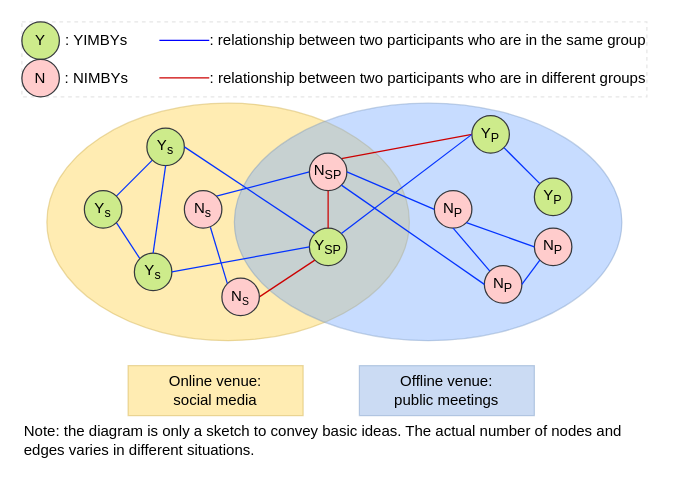
The draw.io diagram intervention.drawio in changgge/changgge, before the edit. Source tidied: cells renumbered, new cells numbered last; positions are measured from the earlier drawing's top-left corner, leaving out a move shared by most shapes. Both pictures are drawn from the tidied source at 125%, with x=0, y=0 at pixel (21, 21).
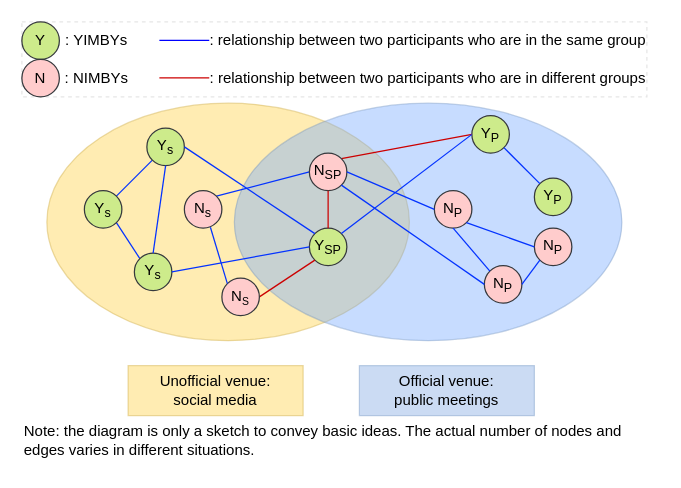
Above is the later version.

What changed in the source:
```diff
@@
-    <mxCell id="21" value="Online venue:&lt;br&gt;social media" style="text;html=1;strokeColor=#d6b656;fillColor=#FFD966;align=center;verticalAlign=middle;whiteSpace=wrap;rounded=0;opacity=50;" parent="1" vertex="1">
+    <mxCell id="21" value="Unofficial venue:&lt;br&gt;social media" style="text;html=1;strokeColor=#d6b656;fillColor=#FFD966;align=center;verticalAlign=middle;whiteSpace=wrap;rounded=0;opacity=50;" parent="1" vertex="1">
       <mxGeometry x="85" y="275" width="140" height="40" as="geometry" />
     </mxCell>
-    <mxCell id="22" value="Offline venue:&lt;br&gt;public meetings" style="text;html=1;strokeColor=#6c8ebf;fillColor=#7EA6E0;align=center;verticalAlign=middle;whiteSpace=wrap;rounded=0;opacity=40;" parent="1" vertex="1">
+    <mxCell id="22" value="Official venue:&lt;br&gt;public meetings" style="text;html=1;strokeColor=#6c8ebf;fillColor=#7EA6E0;align=center;verticalAlign=middle;whiteSpace=wrap;rounded=0;opacity=40;" parent="1" vertex="1">
       <mxGeometry x="270" y="275" width="140" height="40" as="geometry" />
     </mxCell>
```
